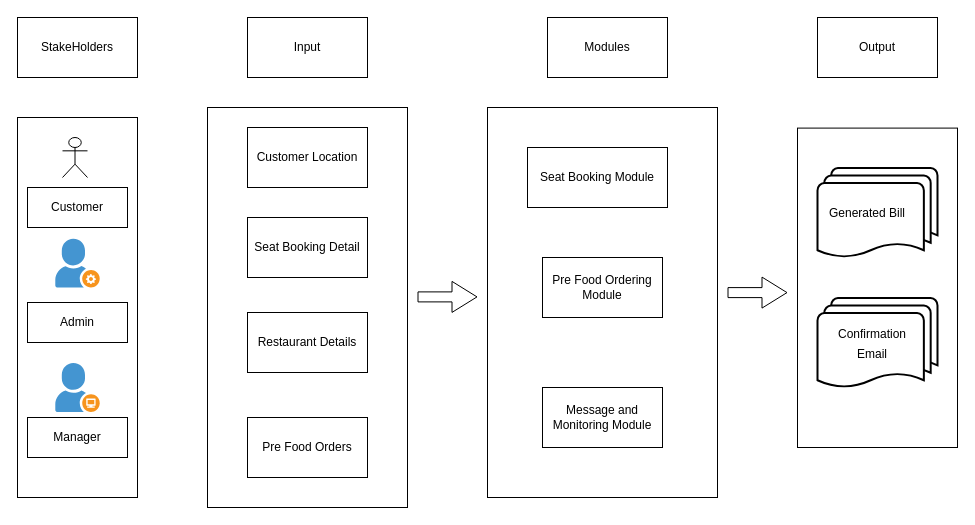
Earlier version of the draw.io diagram highlevelarchitecture.drawio (Selva563-1gitu/seat-booking-system). Source tidied: cells renumbered, new cells numbered last; positions are measured from the earlier drawing's top-left corner, leaving out a move shared by most shapes. Both pictures are drawn from the tidied source at 100%, with x=0, y=0 at pixel (17, 17).
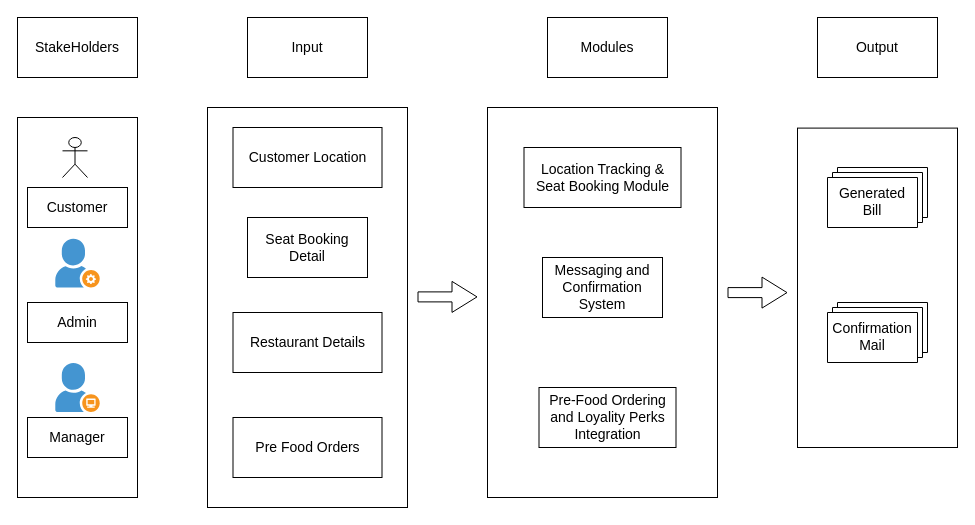
The same page after the edit.

Diff of the diagram source:
```diff
@@
-    <mxCell id="2" style="rounded=0;whiteSpace=wrap;html=1;" parent="1" vertex="1">
+    <mxCell id="2" style="rounded=0;whiteSpace=wrap;html=1;fontSize=14;" parent="1" vertex="1">
       <mxGeometry x="190" y="90" width="200" height="400" as="geometry" />
     </mxCell>
-    <mxCell id="3" value="Input" style="rounded=0;whiteSpace=wrap;html=1;" parent="1" vertex="1">
+    <mxCell id="3" value="Input" style="rounded=0;whiteSpace=wrap;html=1;fontSize=14;" parent="1" vertex="1">
       <mxGeometry x="230" width="120" height="60" as="geometry" />
     </mxCell>
-    <mxCell id="4" value="StakeHolders" style="rounded=0;whiteSpace=wrap;html=1;" parent="1" vertex="1">
+    <mxCell id="4" value="StakeHolders" style="rounded=0;whiteSpace=wrap;html=1;fontSize=14;" parent="1" vertex="1">
       <mxGeometry width="120" height="60" as="geometry" />
     </mxCell>
-    <mxCell id="5" value="Modules" style="rounded=0;whiteSpace=wrap;html=1;" parent="1" vertex="1">
+    <mxCell id="5" value="Modules" style="rounded=0;whiteSpace=wrap;html=1;fontSize=14;" parent="1" vertex="1">
       <mxGeometry x="530" width="120" height="60" as="geometry" />
     </mxCell>
-    <mxCell id="6" value="Output" style="rounded=0;whiteSpace=wrap;html=1;" parent="1" vertex="1">
+    <mxCell id="6" value="Output" style="rounded=0;whiteSpace=wrap;html=1;fontSize=14;" parent="1" vertex="1">
       <mxGeometry x="800" width="120" height="60" as="geometry" />
     </mxCell>
-    <mxCell id="7" style="rounded=0;whiteSpace=wrap;html=1;" parent="1" vertex="1">
+    <mxCell id="7" style="rounded=0;whiteSpace=wrap;html=1;fontSize=14;" parent="1" vertex="1">
       <mxGeometry y="100" width="120" height="380" as="geometry" />
     </mxCell>
-    <mxCell id="8" style="shape=umlActor;verticalLabelPosition=bottom;verticalAlign=top;html=1;" parent="1" vertex="1">
+    <mxCell id="8" style="shape=umlActor;verticalLabelPosition=bottom;verticalAlign=top;html=1;fontSize=14;" parent="1" vertex="1">
       <mxGeometry x="45" y="120" width="25" height="40" as="geometry" />
     </mxCell>
-    <mxCell id="9" value="Customer Location" style="rounded=0;whiteSpace=wrap;html=1;" parent="1" vertex="1">
-      <mxGeometry x="230" y="110" width="120" height="60" as="geometry" />
+    <mxCell id="9" value="Customer Location" style="rounded=0;whiteSpace=wrap;html=1;fontSize=14;" parent="1" vertex="1">
+      <mxGeometry x="215.5" y="110" width="149" height="60" as="geometry" />
     </mxCell>
-    <mxCell id="10" value="Pre Food Orders" style="rounded=0;whiteSpace=wrap;html=1;" parent="1" vertex="1">
-      <mxGeometry x="230" y="400" width="120" height="60" as="geometry" />
+    <mxCell id="10" value="Pre Food Orders" style="rounded=0;whiteSpace=wrap;html=1;fontSize=14;" parent="1" vertex="1">
+      <mxGeometry x="215.5" y="400" width="149" height="60" as="geometry" />
     </mxCell>
-    <mxCell id="11" value="Restaurant Details" style="rounded=0;whiteSpace=wrap;html=1;" parent="1" vertex="1">
-      <mxGeometry x="230" y="295" width="120" height="60" as="geometry" />
+    <mxCell id="11" value="Restaurant Details" style="rounded=0;whiteSpace=wrap;html=1;fontSize=14;" parent="1" vertex="1">
+      <mxGeometry x="215.5" y="295" width="149" height="60" as="geometry" />
     </mxCell>
-    <mxCell id="12" value="Seat Booking Detail" style="rounded=0;whiteSpace=wrap;html=1;" parent="1" vertex="1">
+    <mxCell id="12" value="Seat Booking Detail" style="rounded=0;whiteSpace=wrap;html=1;fontSize=14;" parent="1" vertex="1">
       <mxGeometry x="230" y="200" width="120" height="60" as="geometry" />
     </mxCell>
-    <mxCell id="13" style="rounded=0;whiteSpace=wrap;html=1;" parent="1" vertex="1">
+    <mxCell id="13" style="rounded=0;whiteSpace=wrap;html=1;fontSize=14;" parent="1" vertex="1">
       <mxGeometry x="470" y="90" width="230" height="390" as="geometry" />
     </mxCell>
-    <mxCell id="14" value="Pre Food Ordering Module" style="rounded=0;whiteSpace=wrap;html=1;" parent="1" vertex="1">
+    <mxCell id="14" value="Messaging and Confirmation System" style="rounded=0;whiteSpace=wrap;html=1;fontSize=14;" parent="1" vertex="1">
       <mxGeometry x="525" y="240" width="120" height="60" as="geometry" />
     </mxCell>
-    <mxCell id="15" value="Seat Booking Module" style="rounded=0;whiteSpace=wrap;html=1;" parent="1" vertex="1">
-      <mxGeometry x="510" y="130" width="140" height="60" as="geometry" />
+    <mxCell id="15" value="Location Tracking &amp;amp; Seat Booking Module" style="rounded=0;whiteSpace=wrap;html=1;fontSize=14;" parent="1" vertex="1">
+      <mxGeometry x="506.5" y="130" width="157" height="60" as="geometry" />
     </mxCell>
-    <mxCell id="16" value="Message and Monitoring Module" style="rounded=0;whiteSpace=wrap;html=1;" parent="1" vertex="1">
-      <mxGeometry x="525" y="370" width="120" height="60" as="geometry" />
+    <mxCell id="16" value="Pre-Food Ordering and Loyality Perks Integration" style="rounded=0;whiteSpace=wrap;html=1;fontSize=14;" parent="1" vertex="1">
+      <mxGeometry x="521.5" y="370" width="137" height="60" as="geometry" />
     </mxCell>
-    <mxCell id="17" style="rounded=0;whiteSpace=wrap;html=1;" parent="1" vertex="1">
+    <mxCell id="17" style="rounded=0;whiteSpace=wrap;html=1;fontSize=14;" parent="1" vertex="1">
       <mxGeometry x="780" y="110.6" width="160" height="319.4" as="geometry" />
     </mxCell>
-    <mxCell id="18" value="&lt;span style=&quot;text-wrap-mode: nowrap;&quot;&gt;Customer&lt;/span&gt;" style="rounded=0;whiteSpace=wrap;html=1;" parent="1" vertex="1">
+    <mxCell id="18" value="&lt;span style=&quot;text-wrap-mode: nowrap;&quot;&gt;Customer&lt;/span&gt;" style="rounded=0;whiteSpace=wrap;html=1;fontSize=14;" parent="1" vertex="1">
       <mxGeometry x="10" y="170" width="100" height="40" as="geometry" />
     </mxCell>
-    <mxCell id="19" value="&lt;span style=&quot;text-wrap-mode: nowrap;&quot;&gt;Admin&lt;/span&gt;" style="rounded=0;whiteSpace=wrap;html=1;" parent="1" vertex="1">
+    <mxCell id="19" value="&lt;span style=&quot;text-wrap-mode: nowrap;&quot;&gt;Admin&lt;/span&gt;" style="rounded=0;whiteSpace=wrap;html=1;fontSize=14;" parent="1" vertex="1">
       <mxGeometry x="10" y="285" width="100" height="40" as="geometry" />
     </mxCell>
-    <mxCell id="20" value="&lt;span style=&quot;text-wrap-mode: nowrap;&quot;&gt;Manager&lt;/span&gt;" style="rounded=0;whiteSpace=wrap;html=1;" parent="1" vertex="1">
+    <mxCell id="20" value="&lt;span style=&quot;text-wrap-mode: nowrap;&quot;&gt;Manager&lt;/span&gt;" style="rounded=0;whiteSpace=wrap;html=1;fontSize=14;" parent="1" vertex="1">
       <mxGeometry x="10" y="400" width="100" height="40" as="geometry" />
     </mxCell>
-    <mxCell id="21" style="shadow=0;dashed=0;html=1;strokeColor=none;fillColor=#4495D1;labelPosition=center;verticalLabelPosition=bottom;verticalAlign=top;align=center;shape=mxgraph.veeam.company_user;" parent="1" vertex="1">
+    <mxCell id="21" style="shadow=0;dashed=0;html=1;strokeColor=none;fillColor=#4495D1;labelPosition=center;verticalLabelPosition=bottom;verticalAlign=top;align=center;shape=mxgraph.veeam.company_user;fontSize=14;" parent="1" vertex="1">
       <mxGeometry x="37.8" y="345.6" width="44.4" height="48.8" as="geometry" />
     </mxCell>
-    <mxCell id="22" style="shadow=0;dashed=0;html=1;strokeColor=none;fillColor=#4495D1;labelPosition=center;verticalLabelPosition=bottom;verticalAlign=top;align=center;shape=mxgraph.veeam.company_administrator;" parent="1" vertex="1">
+    <mxCell id="22" style="shadow=0;dashed=0;html=1;strokeColor=none;fillColor=#4495D1;labelPosition=center;verticalLabelPosition=bottom;verticalAlign=top;align=center;shape=mxgraph.veeam.company_administrator;fontSize=14;" parent="1" vertex="1">
       <mxGeometry x="37.8" y="221.2" width="44.4" height="48.8" as="geometry" />
     </mxCell>
-    <mxCell id="23" style="strokeWidth=2;html=1;shape=mxgraph.flowchart.multi-document;whiteSpace=wrap;" parent="1" vertex="1">
-      <mxGeometry x="800" y="150.6" width="120" height="90" as="geometry" />
-    </mxCell>
-    <mxCell id="24" value="&lt;span style=&quot;font-size: 12px;&quot;&gt;Generated Bill&lt;/span&gt;" style="text;strokeColor=none;fillColor=none;html=1;align=center;verticalAlign=middle;whiteSpace=wrap;rounded=0;fontSize=16;" parent="1" vertex="1">
-      <mxGeometry x="810" y="179.4" width="80" height="30" as="geometry" />
-    </mxCell>
-    <mxCell id="25" style="strokeWidth=2;html=1;shape=mxgraph.flowchart.multi-document;whiteSpace=wrap;" parent="1" vertex="1">
-      <mxGeometry x="800" y="280.6" width="120" height="90" as="geometry" />
-    </mxCell>
-    <mxCell id="26" value="&lt;span style=&quot;font-size: 12px;&quot;&gt;Confirmation Email&lt;/span&gt;" style="text;strokeColor=none;fillColor=none;html=1;align=center;verticalAlign=middle;whiteSpace=wrap;rounded=0;fontSize=16;" parent="1" vertex="1">
-      <mxGeometry x="810" y="309.4" width="90" height="30.6" as="geometry" />
-    </mxCell>
-    <mxCell id="27" style="shape=flexArrow;endArrow=classic;html=1;rounded=0;fontSize=12;startSize=8;endSize=8;curved=1;" parent="1" edge="1">
+    <mxCell id="27" style="shape=flexArrow;endArrow=classic;html=1;rounded=0;fontSize=14;startSize=8;endSize=8;curved=1;" parent="1" edge="1">
       <mxGeometry relative="1" as="geometry">
         <mxPoint x="710" y="275.1" as="sourcePoint" />
         <mxPoint x="770" y="275.1" as="targetPoint" />
       </mxGeometry>
     </mxCell>
-    <mxCell id="28" style="shape=flexArrow;endArrow=classic;html=1;rounded=0;fontSize=12;startSize=8;endSize=8;curved=1;" parent="1" edge="1">
+    <mxCell id="28" style="shape=flexArrow;endArrow=classic;html=1;rounded=0;fontSize=14;startSize=8;endSize=8;curved=1;" parent="1" edge="1">
       <mxGeometry relative="1" as="geometry">
         <mxPoint x="400" y="279.4" as="sourcePoint" />
         <mxPoint x="460" y="279.4" as="targetPoint" />
       </mxGeometry>
     </mxCell>
+    <mxCell id="29" style="verticalLabelPosition=bottom;verticalAlign=top;html=1;shape=mxgraph.basic.layered_rect;dx=10;whiteSpace=wrap;rotation=180;direction=west;flipV=1;fontSize=14;" parent="1" vertex="1">
+      <mxGeometry x="810" y="150" width="100" height="60" as="geometry" />
+    </mxCell>
+    <mxCell id="24" value="&lt;span&gt;Generated Bill&lt;/span&gt;" style="text;strokeColor=none;fillColor=none;html=1;align=center;verticalAlign=middle;whiteSpace=wrap;rounded=0;fontSize=14;" parent="1" vertex="1">
+      <mxGeometry x="815" y="169" width="80" height="30" as="geometry" />
+    </mxCell>
+    <mxCell id="30" style="verticalLabelPosition=bottom;verticalAlign=top;html=1;shape=mxgraph.basic.layered_rect;dx=10;whiteSpace=wrap;rotation=180;direction=west;flipV=1;fontSize=14;" parent="1" vertex="1">
+      <mxGeometry x="810" y="285" width="100" height="60" as="geometry" />
+    </mxCell>
+    <mxCell id="31" value="&lt;span&gt;Confirmation Mail&lt;/span&gt;" style="text;strokeColor=none;fillColor=none;html=1;align=center;verticalAlign=middle;whiteSpace=wrap;rounded=0;fontSize=14;" parent="1" vertex="1">
+      <mxGeometry x="815" y="304" width="80" height="30" as="geometry" />
+    </mxCell>
```
